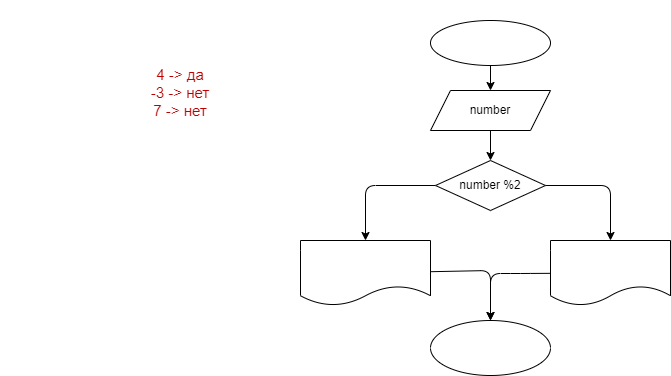
Above: HomeWork/Task002/diagram.drawio.png in Alshopik/HomeWorc (draw.io), before the change. Source tidied: cells renumbered, new cells last; positions are measured from the earlier drawing's top-left corner, leaving out a move shared by most shapes.
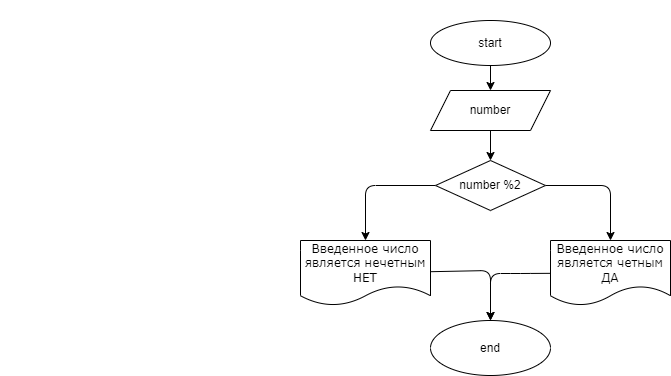
The same file after the commit.

Commit message:
task002_diagram_commit5

What changed in the source:
```diff
@@ -2,39 +2,39 @@
   <root>
     <mxCell id="0" />
     <mxCell id="1" parent="0" />
-    <mxCell id="2" value="&lt;p style=&quot;box-sizing: border-box ; margin: 0px ; font-family: &amp;#34;roboto&amp;#34; , &amp;#34;san francisco&amp;#34; , &amp;#34;helvetica neue&amp;#34; , &amp;#34;helvetica&amp;#34; , &amp;#34;arial&amp;#34; ; font-size: 15px&quot;&gt;&lt;font color=&quot;#ffffff&quot;&gt;Напишите программу, которая на вход принимает число и выдаёт, является ли число чётным (делится ли оно на два без остатка).&lt;/font&gt;&lt;/p&gt;&lt;p style=&quot;box-sizing: border-box ; margin: 0px ; font-family: &amp;#34;roboto&amp;#34; , &amp;#34;san francisco&amp;#34; , &amp;#34;helvetica neue&amp;#34; , &amp;#34;helvetica&amp;#34; , &amp;#34;arial&amp;#34; ; font-size: 15px&quot;&gt;&lt;font color=&quot;rgba(0, 0, 0, 0)&quot;&gt;4 -&amp;gt; да&lt;br style=&quot;box-sizing: border-box&quot;&gt;-3 -&amp;gt; нет&lt;br style=&quot;box-sizing: border-box&quot;&gt;7 -&amp;gt; нет&lt;/font&gt;&lt;/p&gt;" style="text;html=1;align=center;verticalAlign=middle;whiteSpace=wrap;rounded=0;fillColor=default;" parent="1" vertex="1">
+    <mxCell id="2" value="&lt;p style=&quot;box-sizing: border-box ; margin: 0px ; font-family: &amp;#34;roboto&amp;#34; , &amp;#34;san francisco&amp;#34; , &amp;#34;helvetica neue&amp;#34; , &amp;#34;helvetica&amp;#34; , &amp;#34;arial&amp;#34; ; font-size: 15px&quot;&gt;&lt;font color=&quot;#ffffff&quot;&gt;Напишите программу, которая на вход принимает число и выдаёт, является ли число чётным (делится ли оно на два без остатка).&lt;/font&gt;&lt;/p&gt;&lt;p style=&quot;box-sizing: border-box ; margin: 0px ; font-family: &amp;#34;roboto&amp;#34; , &amp;#34;san francisco&amp;#34; , &amp;#34;helvetica neue&amp;#34; , &amp;#34;helvetica&amp;#34; , &amp;#34;arial&amp;#34; ; font-size: 15px&quot;&gt;&lt;font color=&quot;#ffffff&quot;&gt;4 -&amp;gt; да&lt;br style=&quot;box-sizing: border-box&quot;&gt;-3 -&amp;gt; нет&lt;br style=&quot;box-sizing: border-box&quot;&gt;7 -&amp;gt; нет&lt;/font&gt;&lt;/p&gt;" style="text;html=1;align=center;verticalAlign=middle;whiteSpace=wrap;rounded=0;fillColor=default;" parent="1" vertex="1">
       <mxGeometry width="360" height="130" as="geometry" />
     </mxCell>
-    <mxCell id="3" style="edgeStyle=none;html=1;fontColor=#FFFFFF;" parent="1" edge="1" source="4" target="6">
+    <mxCell id="3" style="edgeStyle=none;html=1;fontColor=#000000;labelBackgroundColor=#FFFFFF;" parent="1" edge="1" source="4" target="6">
       <mxGeometry relative="1" as="geometry" />
     </mxCell>
-    <mxCell id="4" value="&lt;font color=&quot;#ffffff&quot;&gt;start&lt;/font&gt;" style="ellipse;whiteSpace=wrap;html=1;labelBackgroundColor=none;fontColor=none;fillColor=default;" parent="1" vertex="1">
+    <mxCell id="4" value="&lt;font&gt;start&lt;/font&gt;" style="ellipse;whiteSpace=wrap;html=1;labelBackgroundColor=#FFFFFF;fontColor=#000000;" parent="1" vertex="1">
       <mxGeometry x="430" y="20" width="120" height="45" as="geometry" />
     </mxCell>
-    <mxCell id="5" style="edgeStyle=none;html=1;fontColor=default;" parent="1" edge="1" source="6" target="9">
+    <mxCell id="5" style="edgeStyle=none;html=1;fontColor=#000000;labelBackgroundColor=#FFFFFF;" parent="1" edge="1" source="6" target="9">
       <mxGeometry relative="1" as="geometry" />
     </mxCell>
-    <mxCell id="6" value="number" style="shape=parallelogram;perimeter=parallelogramPerimeter;whiteSpace=wrap;html=1;fixedSize=1;fontColor=default;labelBackgroundColor=default;labelBorderColor=none;" parent="1" vertex="1">
+    <mxCell id="6" value="number" style="shape=parallelogram;perimeter=parallelogramPerimeter;whiteSpace=wrap;html=1;fixedSize=1;labelBackgroundColor=#FFFFFF;labelBorderColor=none;fontColor=#000000;" parent="1" vertex="1">
       <mxGeometry x="430" y="90" width="120" height="40" as="geometry" />
     </mxCell>
-    <mxCell id="7" style="edgeStyle=none;html=1;fontColor=default;" parent="1" edge="1" source="9" target="11">
+    <mxCell id="7" style="edgeStyle=none;html=1;fontColor=#000000;labelBackgroundColor=#FFFFFF;" parent="1" edge="1" source="9" target="11">
       <mxGeometry relative="1" as="geometry">
         <Array as="points">
           <mxPoint x="610" y="185" />
         </Array>
       </mxGeometry>
     </mxCell>
-    <mxCell id="8" style="edgeStyle=none;html=1;entryX=0.5;entryY=0;entryDx=0;entryDy=0;fontColor=#FFFFFF;" parent="1" edge="1" source="9" target="13">
+    <mxCell id="8" style="edgeStyle=none;html=1;entryX=0.5;entryY=0;entryDx=0;entryDy=0;fontColor=#000000;labelBackgroundColor=#FFFFFF;" parent="1" edge="1" source="9" target="13">
       <mxGeometry relative="1" as="geometry">
         <Array as="points">
           <mxPoint x="365" y="185" />
         </Array>
       </mxGeometry>
     </mxCell>
-    <mxCell id="9" value="number %2" style="rhombus;whiteSpace=wrap;html=1;labelBackgroundColor=default;labelBorderColor=none;" parent="1" vertex="1">
+    <mxCell id="9" value="number %2" style="rhombus;whiteSpace=wrap;html=1;labelBackgroundColor=#FFFFFF;labelBorderColor=none;fontColor=#000000;" parent="1" vertex="1">
       <mxGeometry x="435" y="160" width="110" height="50" as="geometry" />
     </mxCell>
-    <mxCell id="10" style="edgeStyle=none;html=1;fontColor=#FFFFFF;" parent="1" edge="1" source="11">
+    <mxCell id="10" style="edgeStyle=none;html=1;fontColor=#000000;labelBackgroundColor=#FFFFFF;" parent="1" edge="1" source="11">
       <mxGeometry relative="1" as="geometry">
         <mxPoint x="490" y="320" as="targetPoint" />
         <Array as="points">
@@ -43,20 +43,20 @@
         </Array>
       </mxGeometry>
     </mxCell>
-    <mxCell id="11" value="&lt;span style=&quot;font-family: &amp;#34;verdana&amp;#34; , &amp;#34;arial&amp;#34; , &amp;#34;sans&amp;#34; ; text-align: left&quot;&gt;&lt;font color=&quot;#ffffff&quot;&gt;Введенное число является четным&lt;br&gt;ДА&lt;br&gt;&lt;/font&gt;&lt;/span&gt;" style="shape=document;whiteSpace=wrap;html=1;boundedLbl=1;labelBackgroundColor=default;labelBorderColor=none;" parent="1" vertex="1">
+    <mxCell id="11" value="&lt;span style=&quot;font-family: &amp;quot;verdana&amp;quot; , &amp;quot;arial&amp;quot; , &amp;quot;sans&amp;quot; ; text-align: left&quot;&gt;&lt;font&gt;Введенное число является четным&lt;br&gt;ДА&lt;br&gt;&lt;/font&gt;&lt;/span&gt;" style="shape=document;whiteSpace=wrap;html=1;boundedLbl=1;labelBackgroundColor=#FFFFFF;labelBorderColor=none;fontColor=#000000;" parent="1" vertex="1">
       <mxGeometry x="550" y="240" width="120" height="65" as="geometry" />
     </mxCell>
-    <mxCell id="12" style="edgeStyle=none;html=1;entryX=0.5;entryY=0;entryDx=0;entryDy=0;fontColor=#FFFFFF;" parent="1" edge="1" source="13" target="14">
+    <mxCell id="12" style="edgeStyle=none;html=1;entryX=0.5;entryY=0;entryDx=0;entryDy=0;fontColor=#000000;labelBackgroundColor=#FFFFFF;" parent="1" edge="1" source="13" target="14">
       <mxGeometry relative="1" as="geometry">
         <Array as="points">
           <mxPoint x="490" y="270" />
         </Array>
       </mxGeometry>
     </mxCell>
-    <mxCell id="13" value="&lt;span style=&quot;font-family: &amp;#34;verdana&amp;#34; , &amp;#34;arial&amp;#34; , &amp;#34;sans&amp;#34; ; text-align: left&quot;&gt;&lt;font color=&quot;#ffffff&quot;&gt;Введенное число является нечетным&lt;br&gt;НЕТ&lt;br&gt;&lt;/font&gt;&lt;/span&gt;" style="shape=document;whiteSpace=wrap;html=1;boundedLbl=1;labelBackgroundColor=default;labelBorderColor=none;" parent="1" vertex="1">
+    <mxCell id="13" value="&lt;span style=&quot;font-family: &amp;quot;verdana&amp;quot; , &amp;quot;arial&amp;quot; , &amp;quot;sans&amp;quot; ; text-align: left&quot;&gt;&lt;font&gt;Введенное число является нечетным&lt;br&gt;НЕТ&lt;br&gt;&lt;/font&gt;&lt;/span&gt;" style="shape=document;whiteSpace=wrap;html=1;boundedLbl=1;labelBackgroundColor=#FFFFFF;labelBorderColor=none;fontColor=#000000;" parent="1" vertex="1">
       <mxGeometry x="300" y="240" width="130" height="65" as="geometry" />
     </mxCell>
-    <mxCell id="14" value="end" style="ellipse;whiteSpace=wrap;html=1;labelBackgroundColor=none;labelBorderColor=none;fontColor=#FFFFFF;fillColor=default;" parent="1" vertex="1">
+    <mxCell id="14" value="end" style="ellipse;whiteSpace=wrap;html=1;labelBackgroundColor=#FFFFFF;labelBorderColor=none;fontColor=#000000;" parent="1" vertex="1">
       <mxGeometry x="430" y="320" width="120" height="55" as="geometry" />
     </mxCell>
   </root>
```
